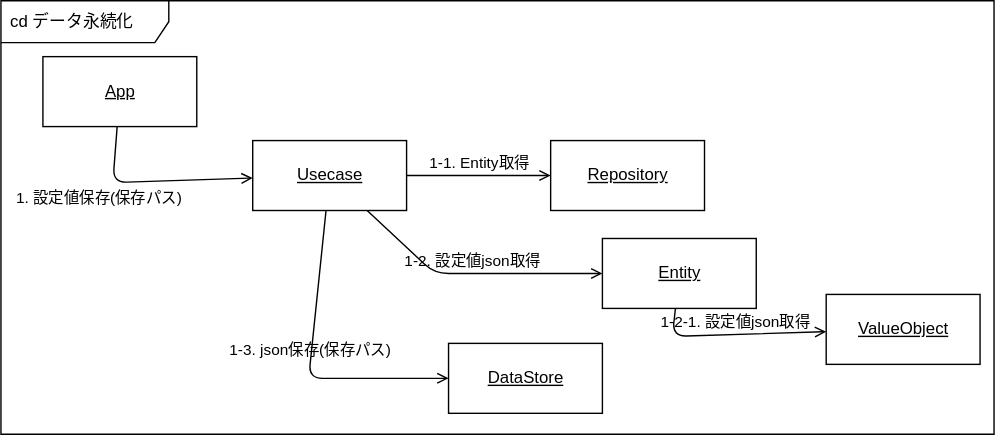
bosssanovar/LightMvvmSample keeps this draw.io diagram as Designs/コミュニケーション/データ永続化.svg. Above is the earlier version. Source tidied: cells renumbered, new cells last; positions are measured from the earlier drawing's top-left corner, leaving out a move shared by most shapes.
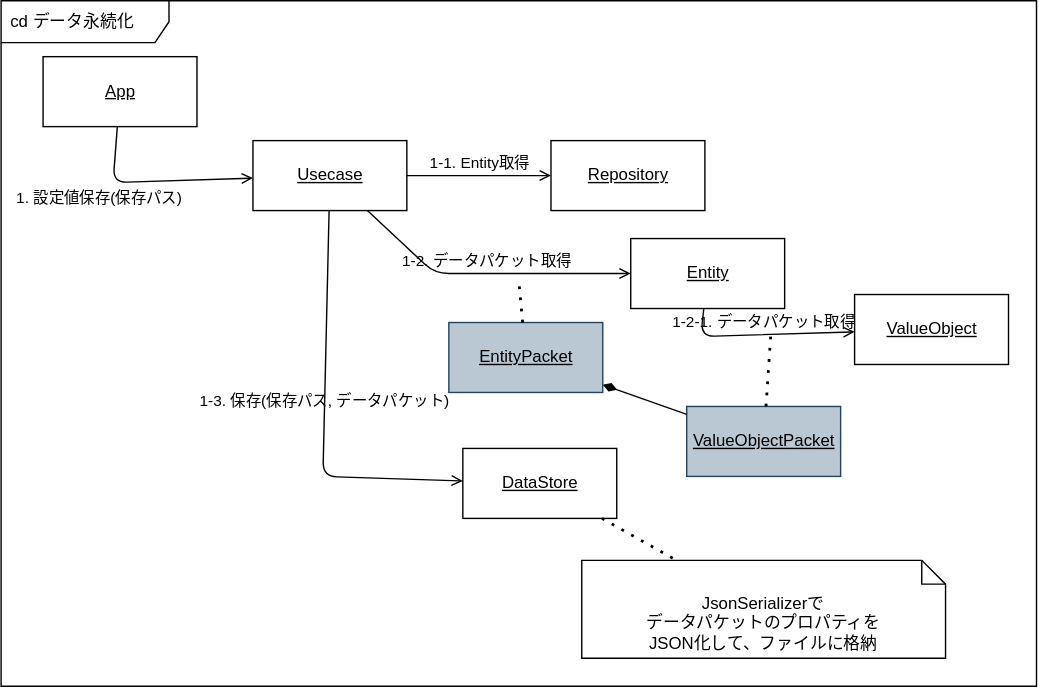
After the change.

Diff of the diagram source:
```diff
@@ -3,22 +3,22 @@
     <mxCell id="0" />
     <mxCell id="1" parent="0" />
     <mxCell id="2" value="cd データ永続化" style="shape=umlFrame;whiteSpace=wrap;html=1;width=120;height=30;boundedLbl=1;verticalAlign=middle;align=left;spacingLeft=5;swimlaneFillColor=default;" parent="1" vertex="1">
-      <mxGeometry width="710" height="310" as="geometry" />
+      <mxGeometry width="740" height="490" as="geometry" />
     </mxCell>
     <mxCell id="3" value="Usecase" style="html=1;fontStyle=4;" parent="1" vertex="1">
       <mxGeometry x="180" y="100" width="110" height="50" as="geometry" />
     </mxCell>
     <mxCell id="4" value="DataStore" style="html=1;fontStyle=4;" parent="1" vertex="1">
-      <mxGeometry x="320" y="245" width="110" height="50" as="geometry" />
+      <mxGeometry x="330" y="320" width="110" height="50" as="geometry" />
     </mxCell>
     <mxCell id="5" value="Repository" style="html=1;fontStyle=4;" parent="1" vertex="1">
       <mxGeometry x="393" y="100" width="110" height="50" as="geometry" />
     </mxCell>
     <mxCell id="6" value="Entity" style="html=1;fontStyle=4;" parent="1" vertex="1">
-      <mxGeometry x="430" y="170" width="110" height="50" as="geometry" />
+      <mxGeometry x="450" y="170" width="110" height="50" as="geometry" />
     </mxCell>
     <mxCell id="7" value="ValueObject" style="html=1;fontStyle=4;" parent="1" vertex="1">
-      <mxGeometry x="590" y="210" width="110" height="50" as="geometry" />
+      <mxGeometry x="610" y="210" width="110" height="50" as="geometry" />
     </mxCell>
     <mxCell id="8" value="App" style="html=1;fontStyle=4;" parent="1" vertex="1">
       <mxGeometry x="30" y="40" width="110" height="50" as="geometry" />
@@ -34,26 +34,51 @@
     <mxCell id="10" value="1-1. Entity取得" style="html=1;verticalAlign=bottom;labelBackgroundColor=none;endArrow=open;endFill=0;" parent="1" edge="1" source="3" target="5">
       <mxGeometry relative="1" as="geometry" />
     </mxCell>
-    <mxCell id="11" value="1-2. 設定値json取得" style="html=1;verticalAlign=bottom;labelBackgroundColor=none;endArrow=open;endFill=0;" parent="1" edge="1" source="3" target="6">
+    <mxCell id="11" value="1-2. データパケット取得" style="html=1;verticalAlign=bottom;labelBackgroundColor=none;endArrow=open;endFill=0;" parent="1" edge="1" source="3" target="6">
       <mxGeometry relative="1" as="geometry">
         <Array as="points">
           <mxPoint x="310" y="195" />
         </Array>
       </mxGeometry>
     </mxCell>
-    <mxCell id="12" value="1-2-1. 設定値json取得" style="html=1;verticalAlign=bottom;labelBackgroundColor=none;endArrow=open;endFill=0;" parent="1" edge="1" source="6" target="7">
+    <mxCell id="12" value="1-2-1. データパケット取得" style="html=1;verticalAlign=bottom;labelBackgroundColor=none;endArrow=open;endFill=0;" parent="1" edge="1" source="6" target="7">
       <mxGeometry relative="1" as="geometry">
         <Array as="points">
-          <mxPoint x="480" y="240" />
+          <mxPoint x="500" y="240" />
         </Array>
       </mxGeometry>
     </mxCell>
-    <mxCell id="13" value="1-3. json保存(保存パス)" style="html=1;verticalAlign=bottom;labelBackgroundColor=none;endArrow=open;endFill=0;" parent="1" edge="1" source="3" target="4">
+    <mxCell id="13" value="1-3. 保存(保存パス, データパケット)" style="html=1;verticalAlign=bottom;labelBackgroundColor=none;endArrow=open;endFill=0;" parent="1" edge="1" source="3" target="4">
       <mxGeometry relative="1" as="geometry">
         <Array as="points">
-          <mxPoint x="220" y="270" />
+          <mxPoint x="230" y="340" />
         </Array>
       </mxGeometry>
     </mxCell>
+    <mxCell id="14" value="EntityPacket" style="html=1;fontStyle=4;fillColor=#bac8d3;strokeColor=#23445d;" parent="1" vertex="1">
+      <mxGeometry x="320" y="230" width="110" height="50" as="geometry" />
+    </mxCell>
+    <mxCell id="15" value="ValueObjectPacket" style="html=1;fontStyle=4;fillColor=#bac8d3;strokeColor=#23445d;" parent="1" vertex="1">
+      <mxGeometry x="490" y="290" width="110" height="50" as="geometry" />
+    </mxCell>
+    <mxCell id="16" style="endArrow=none;dashed=1;html=1;dashPattern=1 3;strokeWidth=2;" parent="1" edge="1" source="14">
+      <mxGeometry relative="1" as="geometry">
+        <mxPoint x="370" y="200" as="targetPoint" />
+      </mxGeometry>
+    </mxCell>
+    <mxCell id="17" style="endArrow=none;dashed=1;html=1;dashPattern=1 3;strokeWidth=2;" parent="1" edge="1" source="15">
+      <mxGeometry relative="1" as="geometry">
+        <mxPoint x="550" y="240" as="targetPoint" />
+      </mxGeometry>
+    </mxCell>
+    <mxCell id="18" style="endArrow=none;startArrow=diamondThin;endFill=0;startFill=1;html=1;verticalAlign=bottom;labelBackgroundColor=none;strokeWidth=1;startSize=8;endSize=8;" parent="1" edge="1" source="14" target="15">
+      <mxGeometry relative="1" as="geometry" />
+    </mxCell>
+    <mxCell id="19" value="JsonSerializerで&lt;br&gt;データパケットのプロパティを&lt;br&gt;JSON化して、ファイルに格納" style="shape=note2;boundedLbl=1;whiteSpace=wrap;html=1;size=17;verticalAlign=top;align=center;" parent="1" vertex="1">
+      <mxGeometry x="415" y="400" width="260" height="70" as="geometry" />
+    </mxCell>
+    <mxCell id="20" style="endArrow=none;dashed=1;html=1;dashPattern=1 3;strokeWidth=2;" parent="1" edge="1" source="4" target="19">
+      <mxGeometry relative="1" as="geometry" />
+    </mxCell>
   </root>
 </mxGraphModel>
```
